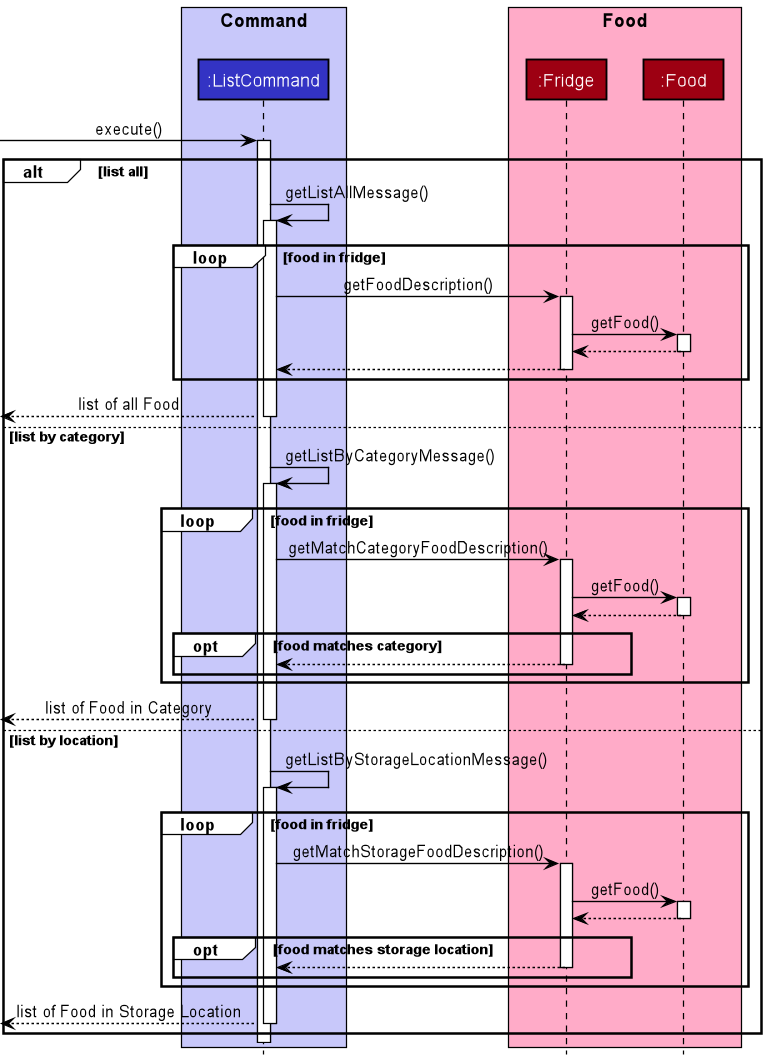
Before: docs/diagrams/diagram_images/ListCommandSequenceDiagram.png, a diagram exported from PlantUML (nus-cs2113-AY2021S2/tp).
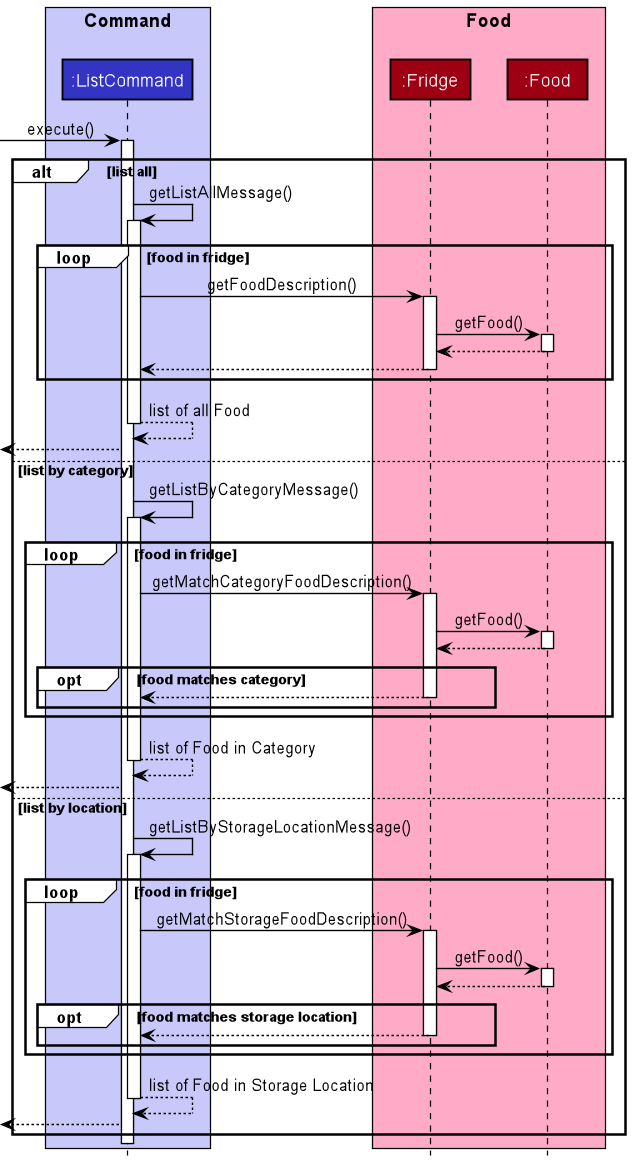
The same diagram one commit later.

What changed in the source:
```diff
@@ -29,10 +29,11 @@
 
             deactivate fridge
         end
+        list --> list: list of all Food
 
-<--list: list of all Food
+
 deactivate list
-
+<--list
 else list by category
 
         list -> list: getListByCategoryMessage()
@@ -51,9 +52,10 @@
 
             deactivate fridge
         end
+        list --> list: list of Food in Category
 
-<--list: list of Food in Category
 deactivate list
+<--list
 
 else list by location
         list -> list: getListByStorageLocationMessage()
@@ -72,12 +74,12 @@
 
             deactivate fridge
         end
+        list --> list: list of Food in Storage Location
 
-<--list: list of Food in Storage Location
 deactivate list
+<--list
 
 end
-
 
 deactivate list
 
```
